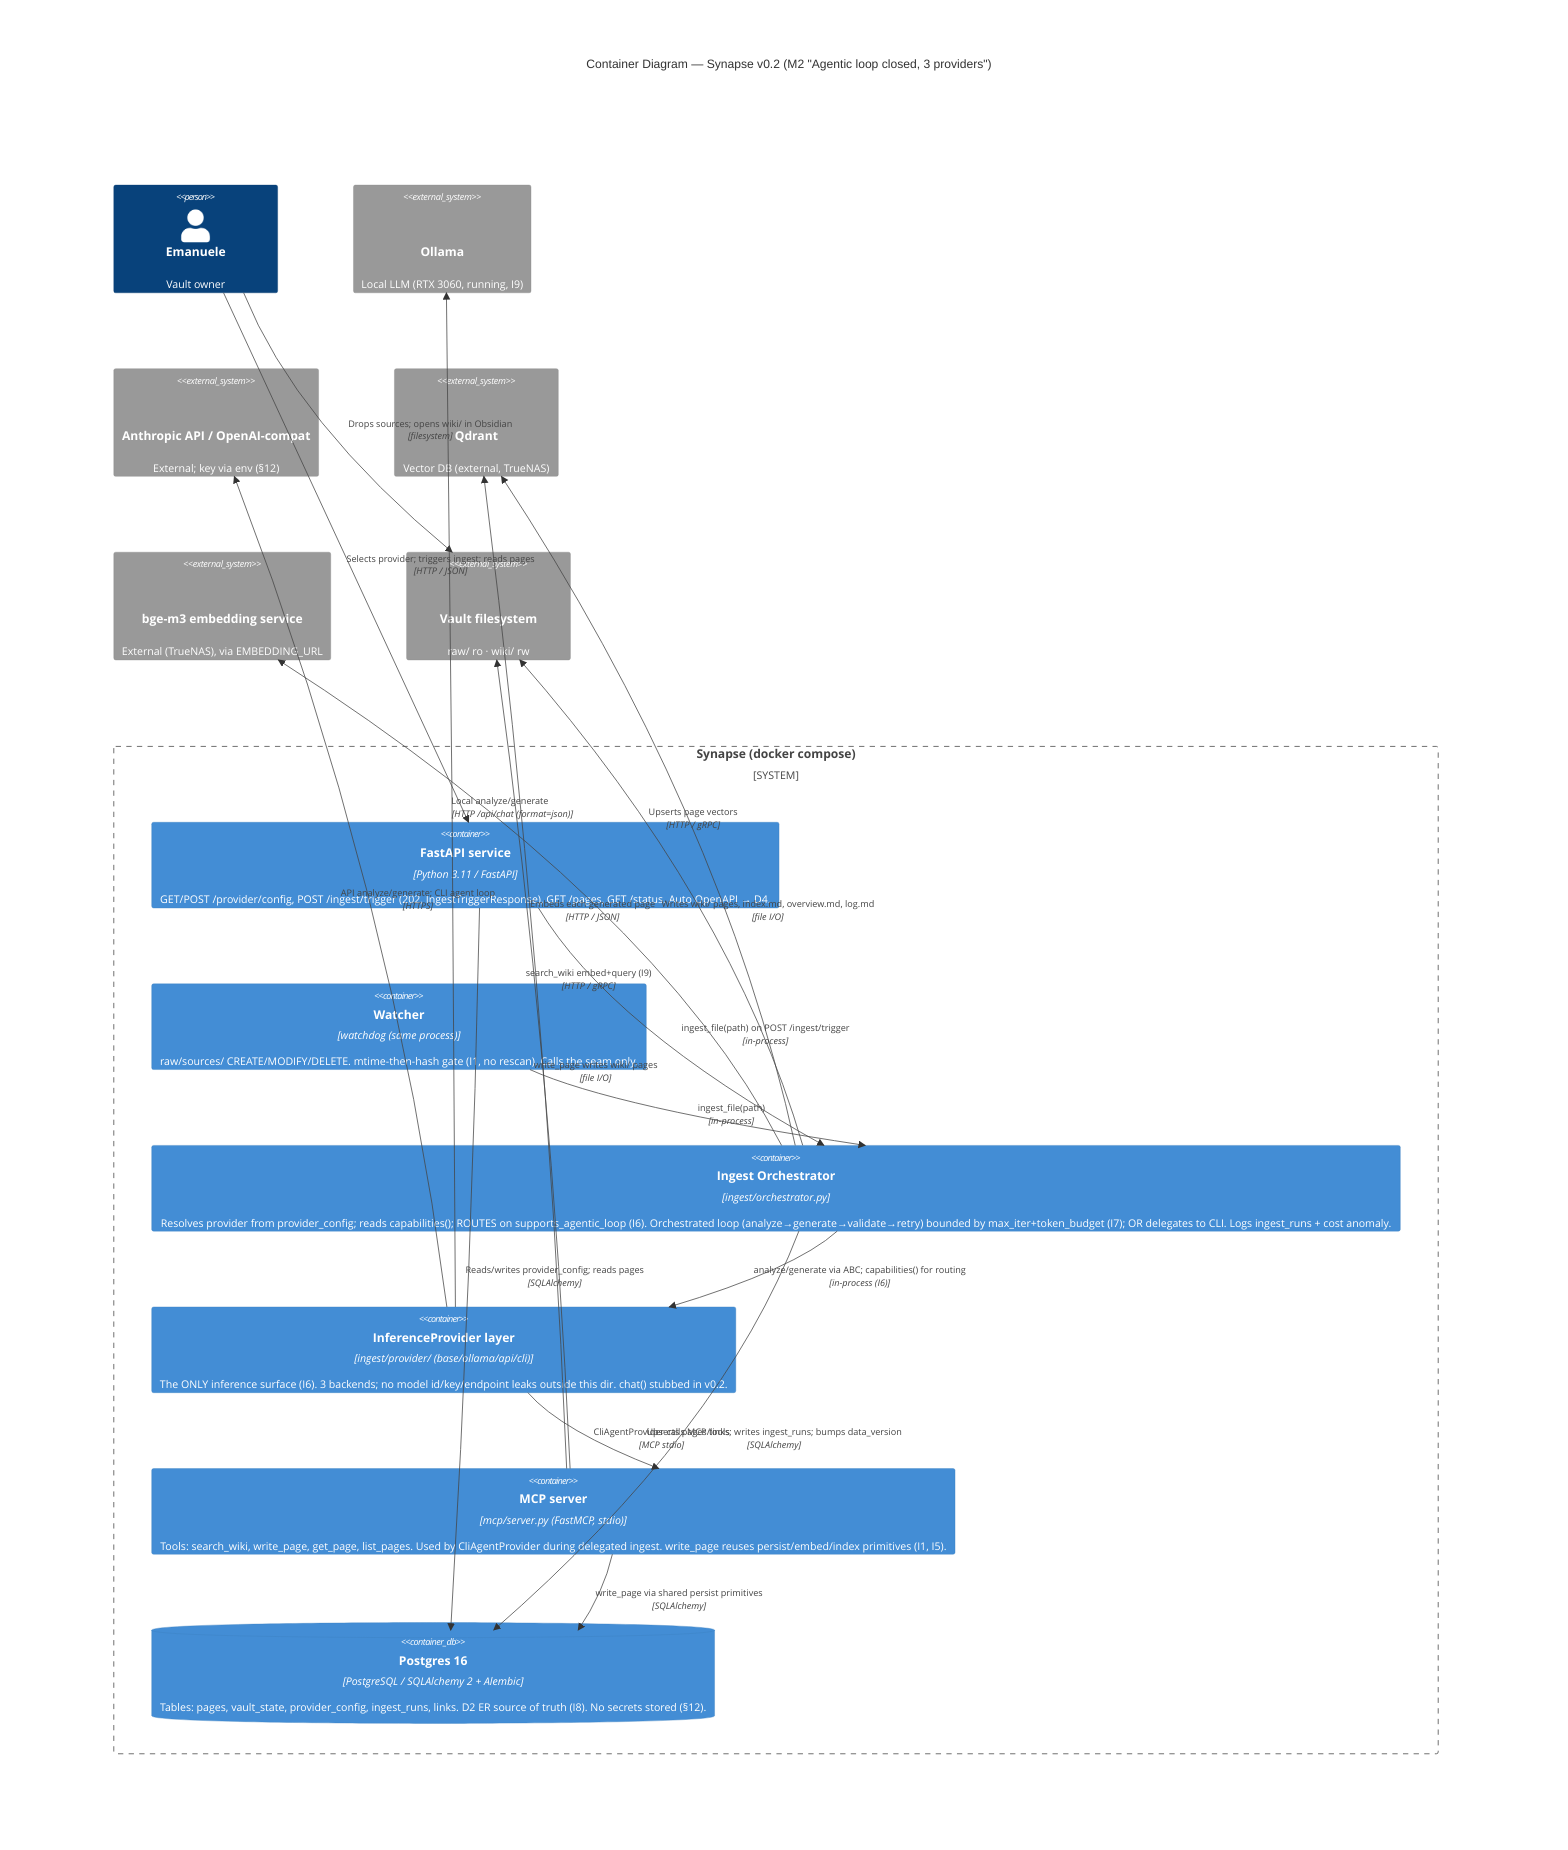
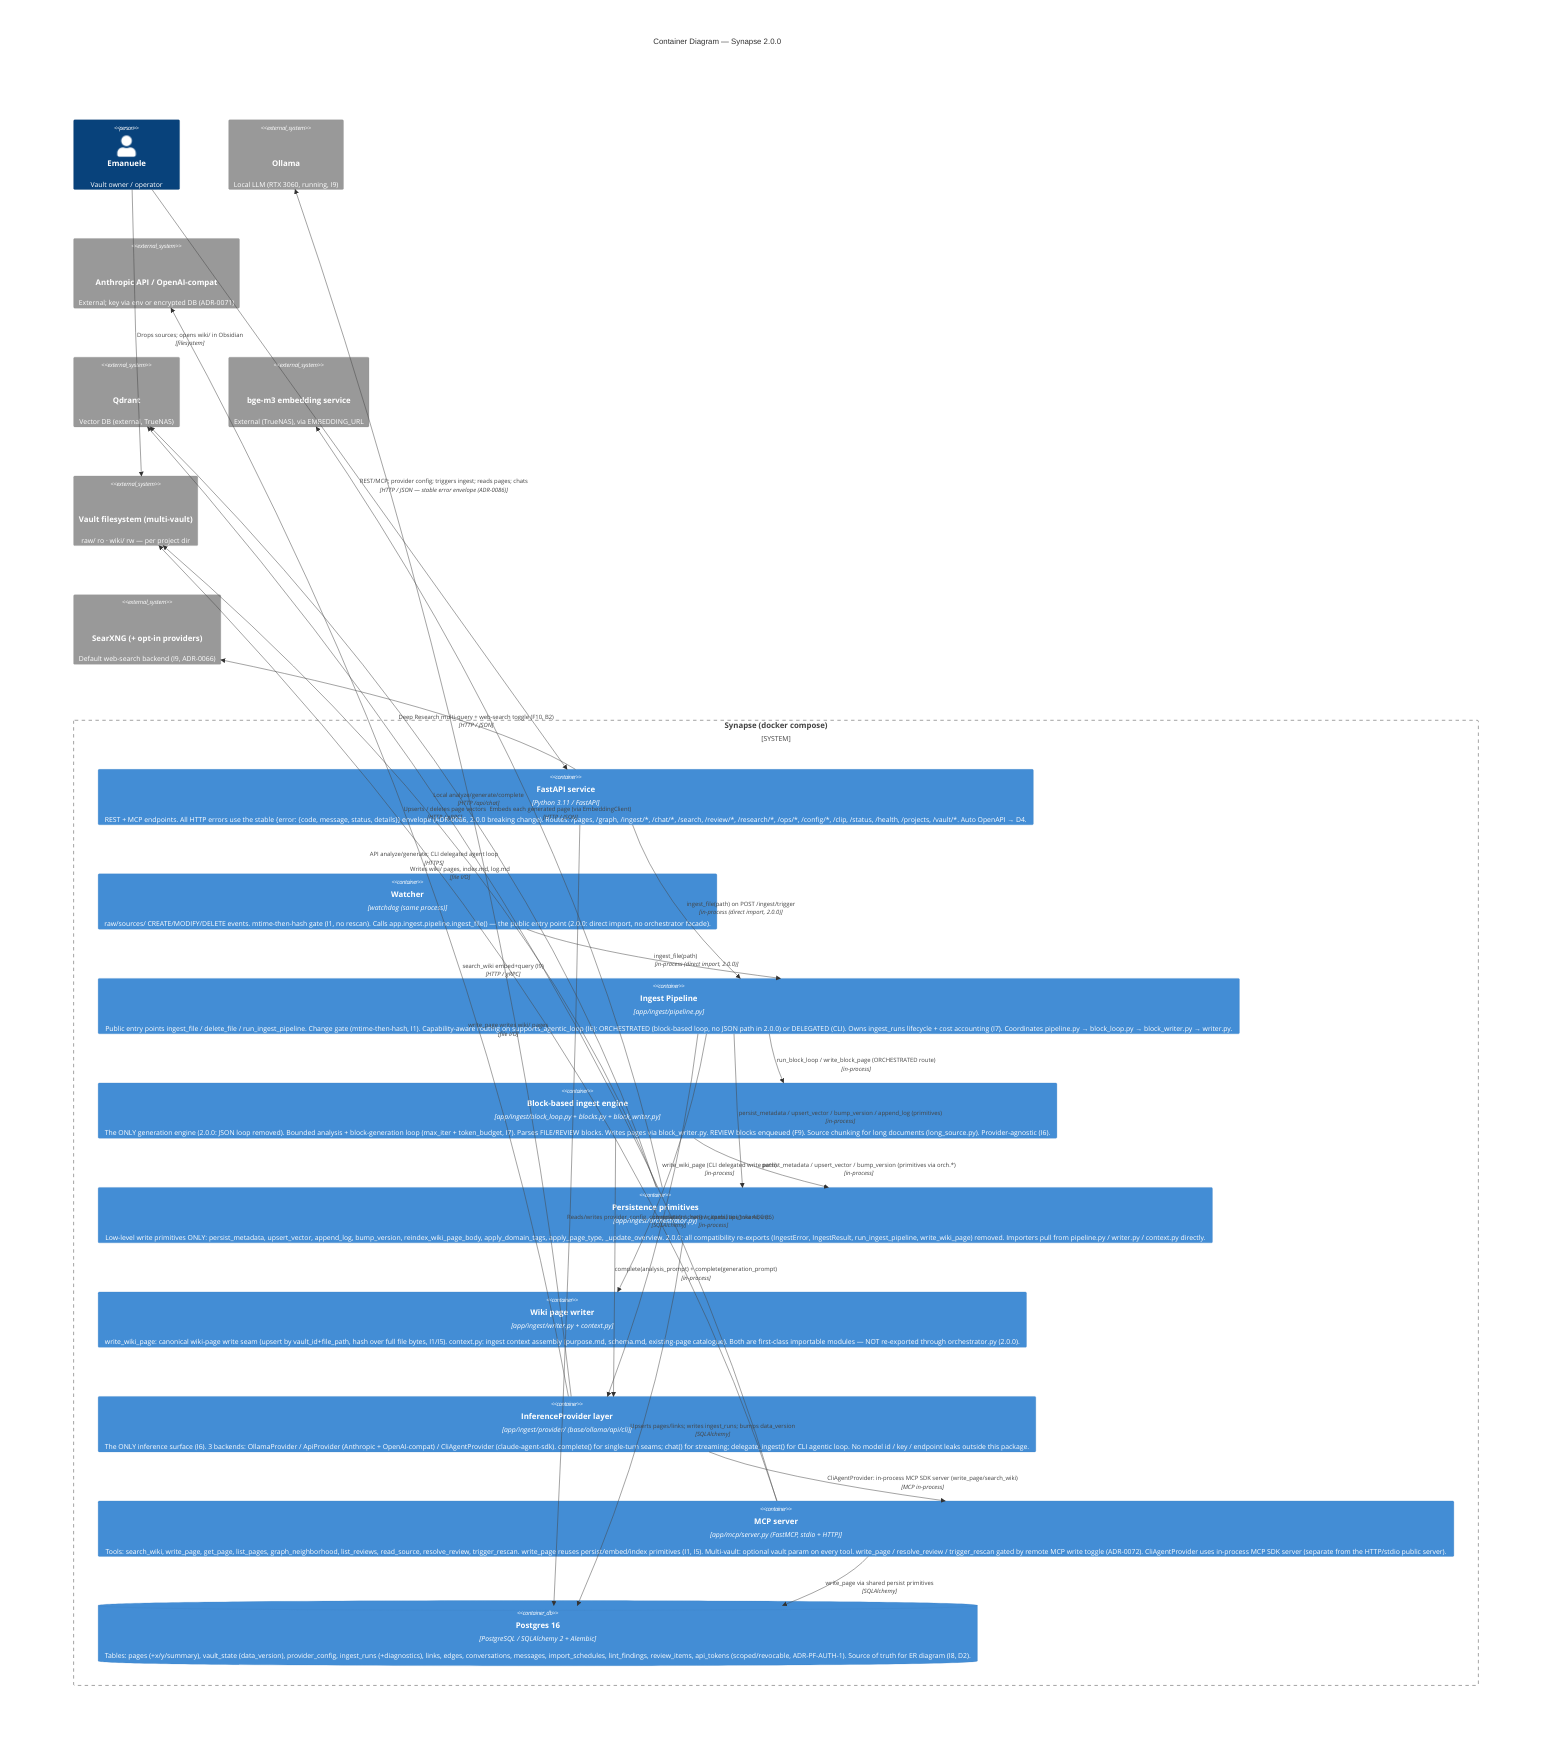
C4Container
-     %% <!-- Generated: v0.2 sprint 2 | 2026-06-28 -->
-     title Container Diagram — Synapse v0.2 (M2 "Agentic loop closed, 3 providers")
+     %% <!-- Generated: v2.0.0 docs/2.0.0-veritieri | 2026-07-17 -->
+     %% 2.0.0 breaking changes reflected here:
+     %%   1. No JSON ingest pipeline — only the block-based loop (block_loop.py). The
+     %%      ingest_pipeline_format config key and the legacy loop module are removed.
+     %%   2. orchestrator.py now owns ONLY persistence primitives (persist_metadata,
+     %%      upsert_vector, bump_version, append_log, etc.). The public entry points
+     %%      ingest_file / delete_file / run_ingest_pipeline live in pipeline.py; the
+     %%      wiki-page write path lives in writer.py; context assembly in context.py.
+     %%      No re-export compatibility facade remains.
+     %%   3. Stable JSON error envelope (ADR-0086): every HTTP error is
+     %%      {"error": {code, message, status, details}} — not the legacy {"detail": ...}.
+     title Container Diagram — Synapse 2.0.0

-     Person(emanuele, "Emanuele", "Vault owner")
+     Person(emanuele, "Emanuele", "Vault owner / operator")

    System_Boundary(synapse, "Synapse (docker compose)") {
-         Container(api, "FastAPI service", "Python 3.11 / FastAPI", "GET/POST /provider/config, POST /ingest/trigger (202, IngestTriggerResponse), GET /pages, GET /status. Auto OpenAPI → D4.")
-         Container(watcher, "Watcher", "watchdog (same process)", "raw/sources/ CREATE/MODIFY/DELETE. mtime-then-hash gate (I1, no rescan). Calls the seam only.")
-         Container(orch, "Ingest Orchestrator", "ingest/orchestrator.py", "Resolves provider from provider_config; reads capabilities(); ROUTES on supports_agentic_loop (I6). Orchestrated loop (analyze→generate→validate→retry) bounded by max_iter+token_budget (I7); OR delegates to CLI. Logs ingest_runs + cost anomaly.")
-         Container(provider, "InferenceProvider layer", "ingest/provider/ (base/ollama/api/cli)", "The ONLY inference surface (I6). 3 backends; no model id/key/endpoint leaks outside this dir. chat() stubbed in v0.2.")
-         Container(mcp, "MCP server", "mcp/server.py (FastMCP, stdio)", "Tools: search_wiki, write_page, get_page, list_pages. Used by CliAgentProvider during delegated ingest. write_page reuses persist/embed/index primitives (I1, I5).")
-         ContainerDb(pg, "Postgres 16", "PostgreSQL / SQLAlchemy 2 + Alembic", "Tables: pages, vault_state, provider_config, ingest_runs, links. D2 ER source of truth (I8). No secrets stored (§12).")
+         Container(api, "FastAPI service", "Python 3.11 / FastAPI", "REST + MCP endpoints. All HTTP errors use the stable {error: {code, message, status, details}} envelope (ADR-0086, 2.0.0 breaking change). Routes: /pages, /graph, /ingest/*, /chat/*, /search, /review/*, /research/*, /ops/*, /config/*, /clip, /status, /health, /projects, /vault/*. Auto OpenAPI → D4.")
+         Container(watcher, "Watcher", "watchdog (same process)", "raw/sources/ CREATE/MODIFY/DELETE events. mtime-then-hash gate (I1, no rescan). Calls app.ingest.pipeline.ingest_file() — the public entry point (2.0.0: direct import, no orchestrator facade).")
+         Container(pipeline, "Ingest Pipeline", "app/ingest/pipeline.py", "Public entry points ingest_file / delete_file / run_ingest_pipeline. Change gate (mtime-then-hash, I1). Capability-aware routing on supports_agentic_loop (I6): ORCHESTRATED (block-based loop, no JSON path in 2.0.0) or DELEGATED (CLI). Owns ingest_runs lifecycle + cost accounting (I7). Coordinates pipeline.py → block_loop.py → block_writer.py → writer.py.")
+         Container(blockloop, "Block-based ingest engine", "app/ingest/block_loop.py + blocks.py + block_writer.py", "The ONLY generation engine (2.0.0: JSON loop removed). Bounded analysis + block-generation loop (max_iter + token_budget, I7). Parses FILE/REVIEW blocks. Writes pages via block_writer.py. REVIEW blocks enqueued (F9). Source chunking for long documents (long_source.py). Provider-agnostic (I6).")
+         Container(orch, "Persistence primitives", "app/ingest/orchestrator.py", "Low-level write primitives ONLY: persist_metadata, upsert_vector, append_log, bump_version, reindex_wiki_page_body, apply_domain_tags, apply_page_type, _update_overview. 2.0.0: all compatibility re-exports (IngestError, IngestResult, run_ingest_pipeline, write_wiki_page) removed. Importers pull from pipeline.py / writer.py / context.py directly.")
+         Container(writer, "Wiki page writer", "app/ingest/writer.py + context.py", "write_wiki_page: canonical wiki-page write seam (upsert by vault_id+file_path, hash over full file bytes, I1/I5). context.py: ingest context assembly (purpose.md, schema.md, existing-page catalogue). Both are first-class importable modules — NOT re-exported through orchestrator.py (2.0.0).")
+         Container(provider, "InferenceProvider layer", "app/ingest/provider/ (base/ollama/api/cli)", "The ONLY inference surface (I6). 3 backends: OllamaProvider / ApiProvider (Anthropic + OpenAI-compat) / CliAgentProvider (claude-agent-sdk). complete() for single-turn seams; chat() for streaming; delegate_ingest() for CLI agentic loop. No model id / key / endpoint leaks outside this package.")
+         Container(mcp, "MCP server", "app/mcp/server.py (FastMCP, stdio + HTTP)", "Tools: search_wiki, write_page, get_page, list_pages, graph_neighborhood, list_reviews, read_source, resolve_review, trigger_rescan. write_page reuses persist/embed/index primitives (I1, I5). Multi-vault: optional vault param on every tool. write_page / resolve_review / trigger_rescan gated by remote MCP write toggle (ADR-0072). CliAgentProvider uses in-process MCP SDK server (separate from the HTTP/stdio public server).")
+         ContainerDb(pg, "Postgres 16", "PostgreSQL / SQLAlchemy 2 + Alembic", "Tables: pages (+x/y/summary), vault_state (data_version), provider_config, ingest_runs (+diagnostics), links, edges, conversations, messages, import_schedules, lint_findings, review_items, api_tokens (scoped/revocable, ADR-PF-AUTH-1). Source of truth for ER diagram (I8, D2).")
    }

-     System_Ext(ollamasvc, "Ollama", "Local LLM (RTX 3060, running, I9)", "Local provider backend; cost $0.00.")
-     System_Ext(anthropic, "Anthropic API / OpenAI-compat", "External; key via env (§12)", "API + CLI provider backends.")
+     System_Ext(ollamasvc, "Ollama", "Local LLM (RTX 3060, running, I9)", "Local provider backend.")
+     System_Ext(anthropic, "Anthropic API / OpenAI-compat", "External; key via env or encrypted DB (ADR-0071)", "API + CLI provider backends.")
    System_Ext(qdrant, "Qdrant", "Vector DB (external, TrueNAS)", "synapse_pages. search_wiki + page vectors.")
    System_Ext(bgem3, "bge-m3 embedding service", "External (TrueNAS), via EMBEDDING_URL", "No local model (I9).")
-     System_Ext(vaultfs, "Vault filesystem", "raw/ ro · wiki/ rw", "Valid Obsidian vault (I5).")
+     System_Ext(vaultfs, "Vault filesystem (multi-vault)", "raw/ ro · wiki/ rw — per project dir", "Valid Obsidian vaults (I5). Multi-vault: project registry maps vault_id → root path.")
+     System_Ext(searxng, "SearXNG (+ opt-in providers)", "Default web-search backend (I9, ADR-0066)", "Deep Research F10 + web-search toggle in chat (B2).")

-     Rel(emanuele, api, "Selects provider; triggers ingest; reads pages", "HTTP / JSON")
+     Rel(emanuele, api, "REST/MCP; provider config; triggers ingest; reads pages; chats", "HTTP / JSON — stable error envelope (ADR-0086)")
    Rel(emanuele, vaultfs, "Drops sources; opens wiki/ in Obsidian", "filesystem")

-     Rel(watcher, orch, "ingest_file(path)", "in-process")
-     Rel(api, orch, "ingest_file(path) on POST /ingest/trigger", "in-process")
-     Rel(api, pg, "Reads/writes provider_config; reads pages", "SQLAlchemy")
-     Rel(orch, provider, "analyze/generate via ABC; capabilities() for routing", "in-process (I6)")
-     Rel(orch, pg, "Upserts pages/links; writes ingest_runs; bumps data_version", "SQLAlchemy")
-     Rel(orch, bgem3, "Embeds each generated page", "HTTP / JSON")
-     Rel(orch, qdrant, "Upserts page vectors", "HTTP / gRPC")
-     Rel(orch, vaultfs, "Writes wiki/ pages, index.md, overview.md, log.md", "file I/O")
-     Rel(provider, ollamasvc, "Local analyze/generate", "HTTP /api/chat (format=json)")
-     Rel(provider, anthropic, "API analyze/generate; CLI agent loop", "HTTPS")
-     Rel(provider, mcp, "CliAgentProvider calls MCP tools", "MCP stdio")
+     Rel(watcher, pipeline, "ingest_file(path)", "in-process (direct import, 2.0.0)")
+     Rel(api, pipeline, "ingest_file(path) on POST /ingest/trigger", "in-process (direct import, 2.0.0)")
+     Rel(api, pg, "Reads/writes provider_config, conversations, review_items, api_tokens, etc.", "SQLAlchemy")
+     Rel(pipeline, blockloop, "run_block_loop / write_block_page (ORCHESTRATED route)", "in-process")
+     Rel(pipeline, writer, "write_wiki_page (CLI delegated write path)", "in-process")
+     Rel(pipeline, orch, "persist_metadata / upsert_vector / bump_version / append_log (primitives)", "in-process")
+     Rel(pipeline, provider, "complete() / chat() / capabilities() via ABC (I6)", "in-process")
+     Rel(blockloop, orch, "persist_metadata / upsert_vector / bump_version (primitives via orch.*)", "in-process")
+     Rel(blockloop, provider, "complete(analysis_prompt) + complete(generation_prompt)", "in-process")
+     Rel(provider, ollamasvc, "Local analyze/generate/complete", "HTTP /api/chat")
+     Rel(provider, anthropic, "API analyze/generate; CLI delegated agent loop", "HTTPS")
+     Rel(provider, mcp, "CliAgentProvider: in-process MCP SDK server (write_page/search_wiki)", "MCP in-process")
    Rel(mcp, pg, "write_page via shared persist primitives", "SQLAlchemy")
    Rel(mcp, qdrant, "search_wiki embed+query (I9)", "HTTP / gRPC")
    Rel(mcp, vaultfs, "write_page writes wiki/ pages", "file I/O")
+     Rel(orch, pg, "Upserts pages/links; writes ingest_runs; bumps data_version", "SQLAlchemy")
+     Rel(orch, bgem3, "Embeds each generated page (via EmbeddingClient)", "HTTP / JSON")
+     Rel(orch, qdrant, "Upserts / deletes page vectors", "HTTP / gRPC")
+     Rel(orch, vaultfs, "Writes wiki/ pages, index.md, log.md", "file I/O")
+     Rel(api, searxng, "Deep Research multi-query + web-search toggle (F10, B2)", "HTTP / JSON")

    UpdateLayoutConfig($c4ShapeInRow="2", $c4BoundaryInRow="1")
